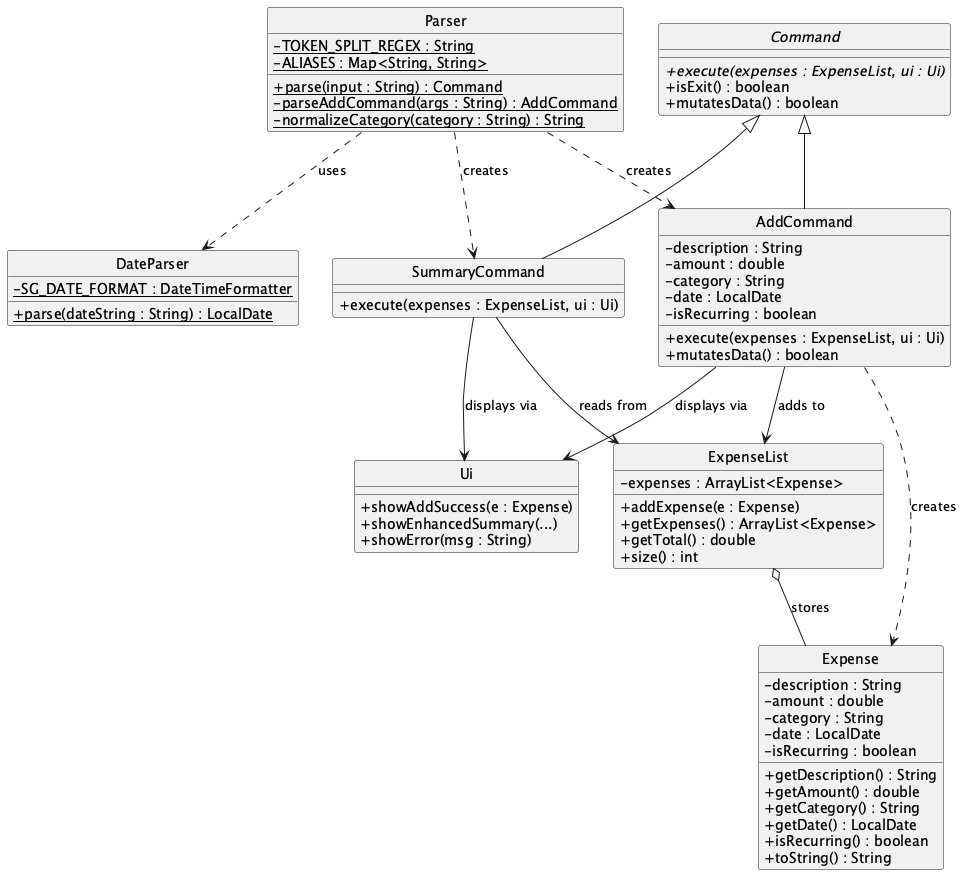
Above: docs/images/AddCommandClass.png in AbhijitBalajee/tp (PlantUML), before the change.
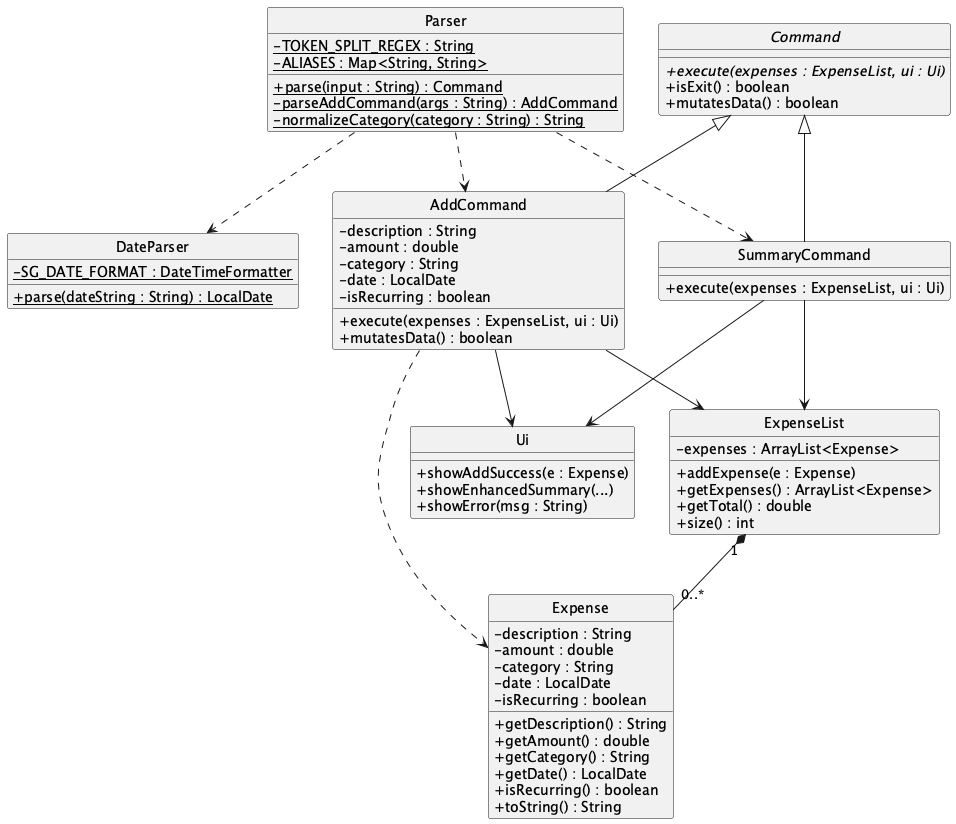
After the commit.

Commit message:
fix: remove association labels from add command class diagram

Diff of the diagram source:
```diff
@@ -67,13 +67,13 @@
 
 Command <|-- AddCommand
 Command <|-- SummaryCommand
-Parser ..> AddCommand : creates
-Parser ..> SummaryCommand : creates
-Parser ..> DateParser : uses
-AddCommand ..> Expense : creates
-AddCommand --> ExpenseList : adds to
-AddCommand --> Ui : displays via
-SummaryCommand --> ExpenseList : reads from
-SummaryCommand --> Ui : displays via
-ExpenseList o-- Expense : stores
+Parser ..> AddCommand
+Parser ..> SummaryCommand
+Parser ..> DateParser
+AddCommand ..> Expense
+AddCommand --> ExpenseList
+AddCommand --> Ui
+SummaryCommand --> ExpenseList
+SummaryCommand --> Ui
+ExpenseList "1" *-- "0..*" Expense
 @enduml
```
